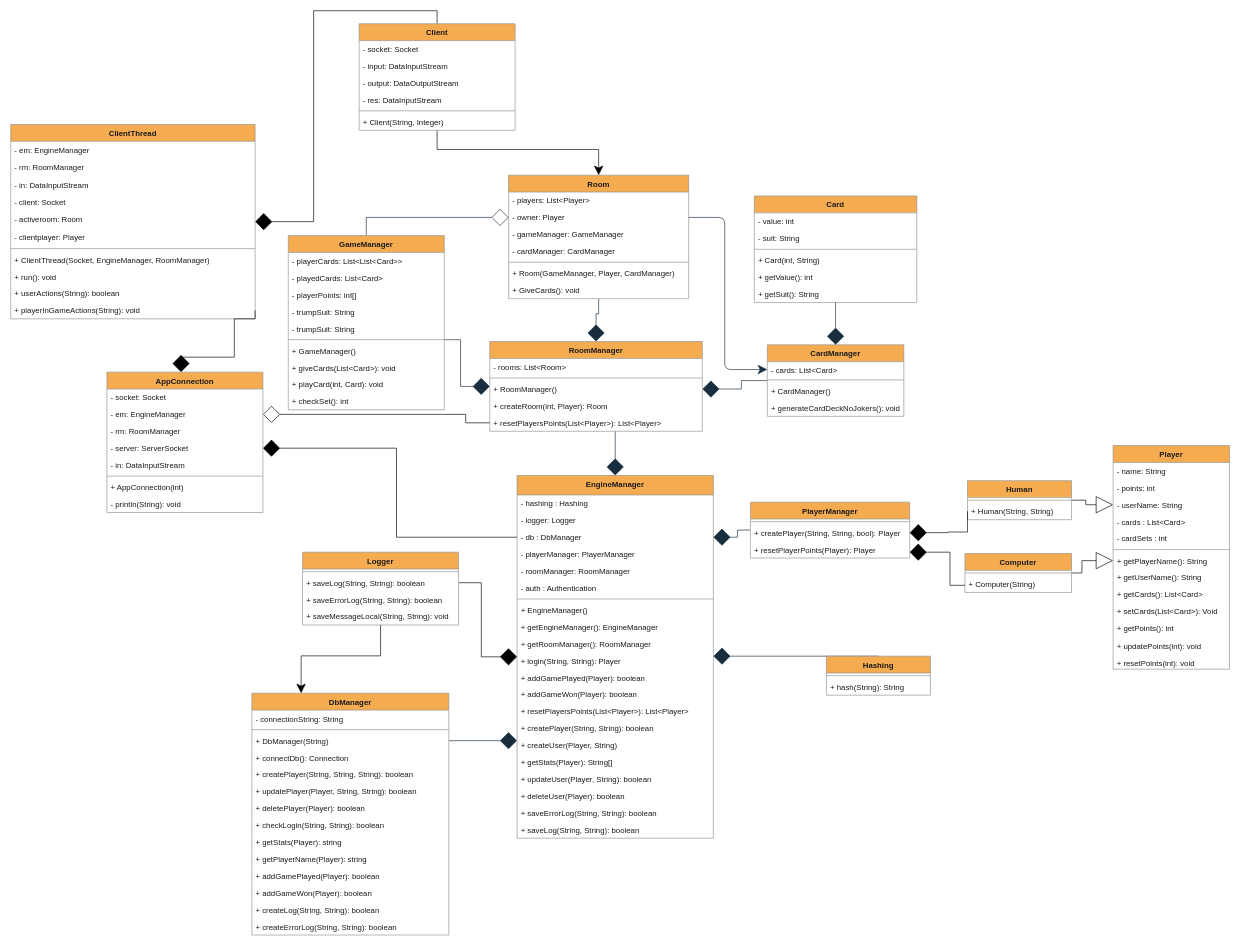
Earlier version of the draw.io diagram Diagrammer/Filer/Klasse Diagram.drawio (Olivervesth/KortKlubben). Source tidied: cells renumbered, new cells numbered last; positions are measured from the earlier drawing's top-left corner, leaving out a move shared by most shapes. Both pictures are drawn from the tidied source at 65%, with x=0, y=0 at pixel (10, 23).
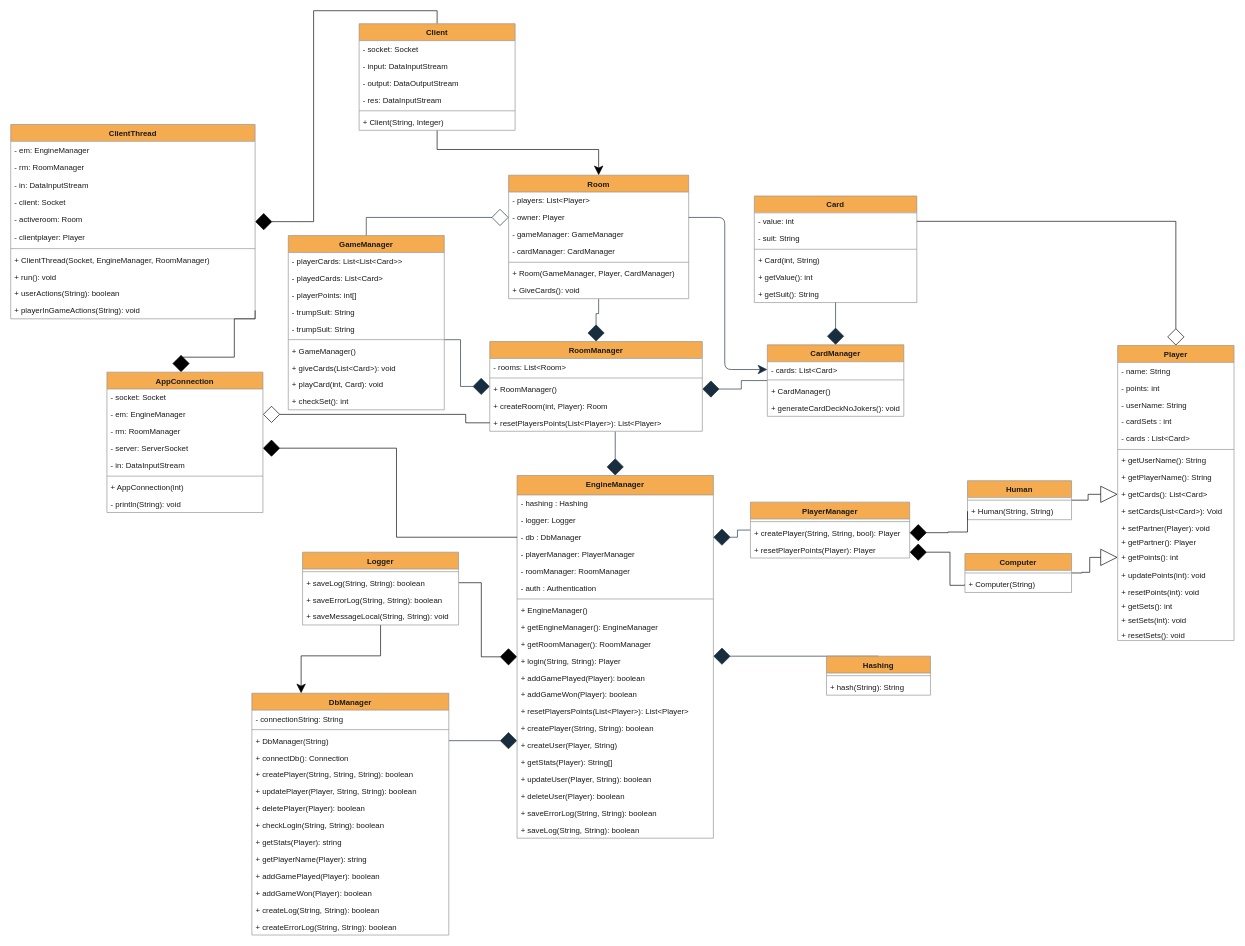
After the change.

The change refers to these unchanged cells:
```xml
<mxCell id="12" value="- value: int" style="text;strokeColor=none;fillColor=none;align=left;verticalAlign=top;spacingLeft=4;spacingRight=4;overflow=hidden;points=[[0,0.5],[1,0.5]];portConstraint=eastwest;fontColor=#1A1A1A;rounded=0;swimlaneFillColor=default;" parent="11" vertex="1">
  <mxGeometry y="26" width="250" height="26" as="geometry" />
</mxCell>
<mxCell id="64" value="Human" style="swimlane;fontStyle=1;align=center;verticalAlign=top;horizontal=1;startSize=26;fillColor=#F5AB50;strokeColor=#909090;fontColor=#1A1A1A;rounded=0;swimlaneFillColor=default;" parent="1" vertex="1">
  <mxGeometry x="1472" y="703" width="160" height="60" as="geometry" />
</mxCell>
<mxCell id="86" value="Computer" style="swimlane;fontStyle=1;align=center;verticalAlign=top;horizontal=1;startSize=26;fillColor=#F5AB50;strokeColor=#909090;fontColor=#1A1A1A;rounded=0;swimlaneFillColor=default;" parent="1" vertex="1">
  <mxGeometry x="1468" y="815" width="164" height="60" as="geometry" />
</mxCell>
<mxCell id="105" value="- userName: String" style="text;strokeColor=none;fillColor=none;align=left;verticalAlign=top;spacingLeft=4;spacingRight=4;overflow=hidden;points=[[0,0.5],[1,0.5]];portConstraint=eastwest;fontColor=#1A1A1A;rounded=0;" parent="102" vertex="1">
  <mxGeometry y="78" width="179" height="26" as="geometry" />
</mxCell>
<mxCell id="111" value="+ getCards(): List&lt;Card&gt;" style="text;strokeColor=none;fillColor=none;align=left;verticalAlign=top;spacingLeft=4;spacingRight=4;overflow=hidden;points=[[0,0.5],[1,0.5]];portConstraint=eastwest;fontColor=#1A1A1A;rounded=0;" parent="102" vertex="1">
  <mxGeometry y="216" width="179" height="26" as="geometry" />
</mxCell>
```

The edit, as a diff of the source:
```diff
@@
-    <mxCell id="63" style="edgeStyle=orthogonalEdgeStyle;rounded=0;jettySize=auto;html=1;entryX=0;entryY=0.5;entryDx=0;entryDy=0;startArrow=none;startFill=0;endArrow=block;endFill=0;startSize=24;endSize=24;exitX=1;exitY=0.5;exitDx=0;exitDy=0;" parent="1" edge="1" source="64" target="105">
+    <mxCell id="63" style="edgeStyle=orthogonalEdgeStyle;rounded=0;jettySize=auto;html=1;entryX=0;entryY=0.5;entryDx=0;entryDy=0;startArrow=none;startFill=0;endArrow=block;endFill=0;startSize=24;endSize=24;exitX=1;exitY=0.5;exitDx=0;exitDy=0;" parent="1" edge="1" source="64" target="111">
       <mxGeometry relative="1" as="geometry" />
     </mxCell>
@@
-    <mxCell id="85" style="edgeStyle=orthogonalEdgeStyle;rounded=0;jettySize=auto;html=1;entryX=0;entryY=0.5;entryDx=0;entryDy=0;startArrow=none;startFill=0;endArrow=block;endFill=0;startSize=24;endSize=24;" parent="1" edge="1" source="86" target="109">
+    <mxCell id="85" style="edgeStyle=orthogonalEdgeStyle;rounded=0;jettySize=auto;html=1;entryX=0;entryY=0.5;entryDx=0;entryDy=0;startArrow=none;startFill=0;endArrow=block;endFill=0;startSize=24;endSize=24;" parent="1" edge="1" source="86" target="113">
       <mxGeometry relative="1" as="geometry">
         <Array as="points">
           <mxPoint x="1648" y="845" />
-          <mxPoint x="1648" y="826" />
+          <mxPoint x="1648" y="844" />
+          <mxPoint x="1660" y="844" />
+          <mxPoint x="1660" y="821" />
         </Array>
       </mxGeometry>
     </mxCell>
@@
+    <mxCell id="157" style="edgeStyle=orthogonalEdgeStyle;rounded=0;jettySize=auto;html=1;entryX=1;entryY=0.5;entryDx=0;entryDy=0;endArrow=none;endFill=0;startSize=24;endSize=12;startArrow=diamond;startFill=0;" parent="1" edge="1" source="102" target="12">
+      <mxGeometry relative="1" as="geometry" />
+    </mxCell>
     <mxCell id="102" value="Player" style="swimlane;fontStyle=1;align=center;verticalAlign=top;horizontal=1;startSize=26;fillColor=#F5AB50;strokeColor=#909090;fontColor=#1A1A1A;rounded=0;swimlaneFillColor=default;" parent="1" vertex="1">
-      <mxGeometry x="1696" y="649" width="179" height="344" as="geometry" />
+      <mxGeometry x="1703" y="495" width="179" height="454" as="geometry" />
     </mxCell>
@@
+    <mxCell id="107" value="- cardSets : int" style="text;strokeColor=none;fillColor=none;align=left;verticalAlign=top;spacingLeft=4;spacingRight=4;overflow=hidden;fontColor=#1A1A1A;rounded=0;" parent="102" vertex="1">
+      <mxGeometry y="104" width="179" height="26" as="geometry" />
+    </mxCell>
     <mxCell id="106" value="- cards : List&lt;Card&gt;" style="text;strokeColor=none;fillColor=none;align=left;verticalAlign=top;spacingLeft=4;spacingRight=4;overflow=hidden;fontColor=#1A1A1A;rounded=0;" parent="102" vertex="1">
-      <mxGeometry y="104" width="179" height="26" as="geometry" />
+      <mxGeometry y="130" width="179" height="26" as="geometry" />
     </mxCell>
-    <mxCell id="107" value="- cardSets : int" style="text;strokeColor=none;fillColor=none;align=left;verticalAlign=top;spacingLeft=4;spacingRight=4;overflow=hidden;fontColor=#1A1A1A;rounded=0;" parent="102" vertex="1">
-      <mxGeometry y="130" width="179" height="26" as="geometry" />
-    </mxCell>
@@
+    <mxCell id="110" value="+ getUserName(): String" style="text;strokeColor=none;fillColor=none;align=left;verticalAlign=top;spacingLeft=4;spacingRight=4;overflow=hidden;fontColor=#1A1A1A;rounded=0;" parent="102" vertex="1">
+      <mxGeometry y="164" width="179" height="26" as="geometry" />
+    </mxCell>
     <mxCell id="109" value="+ getPlayerName(): String" style="text;strokeColor=none;fillColor=none;align=left;verticalAlign=top;spacingLeft=4;spacingRight=4;overflow=hidden;points=[[0,0.5],[1,0.5]];portConstraint=eastwest;fontColor=#1A1A1A;rounded=0;" parent="102" vertex="1">
-      <mxGeometry y="164" width="179" height="26" as="geometry" />
+      <mxGeometry y="190" width="179" height="26" as="geometry" />
     </mxCell>
-    <mxCell id="110" value="+ getUserName(): String" style="text;strokeColor=none;fillColor=none;align=left;verticalAlign=top;spacingLeft=4;spacingRight=4;overflow=hidden;fontColor=#1A1A1A;rounded=0;" parent="102" vertex="1">
-      <mxGeometry y="190" width="179" height="26" as="geometry" />
-    </mxCell>
@@
+    <mxCell id="158" value="+ setPartner(Player): void" style="text;strokeColor=none;fillColor=none;align=left;verticalAlign=top;spacingLeft=4;spacingRight=4;overflow=hidden;fontColor=#1A1A1A;rounded=0;" parent="102" vertex="1">
+      <mxGeometry y="268" width="179" height="22" as="geometry" />
+    </mxCell>
+    <mxCell id="159" value="+ getPartner(): Player" style="text;strokeColor=none;fillColor=none;align=left;verticalAlign=top;spacingLeft=4;spacingRight=4;overflow=hidden;fontColor=#1A1A1A;rounded=0;" parent="102" vertex="1">
+      <mxGeometry y="290" width="179" height="22" as="geometry" />
+    </mxCell>
     <mxCell id="113" value="+ getPoints(): int" style="text;strokeColor=none;fillColor=none;align=left;verticalAlign=top;spacingLeft=4;spacingRight=4;overflow=hidden;points=[[0,0.5],[1,0.5]];portConstraint=eastwest;fontColor=#1A1A1A;rounded=0;" parent="102" vertex="1">
-      <mxGeometry y="268" width="179" height="28" as="geometry" />
+      <mxGeometry y="312" width="179" height="28" as="geometry" />
     </mxCell>
     <mxCell id="114" value="+ updatePoints(int): void" style="text;strokeColor=none;fillColor=none;align=left;verticalAlign=top;spacingLeft=4;spacingRight=4;overflow=hidden;fontColor=#1A1A1A;rounded=0;" parent="102" vertex="1">
-      <mxGeometry y="296" width="179" height="26" as="geometry" />
+      <mxGeometry y="340" width="179" height="26" as="geometry" />
     </mxCell>
     <mxCell id="115" value="+ resetPoints(int): void" style="text;strokeColor=none;fillColor=none;align=left;verticalAlign=top;spacingLeft=4;spacingRight=4;overflow=hidden;fontColor=#1A1A1A;rounded=0;" parent="102" vertex="1">
-      <mxGeometry y="322" width="179" height="22" as="geometry" />
+      <mxGeometry y="366" width="179" height="22" as="geometry" />
     </mxCell>
+    <mxCell id="160" value="+ getSets(): int" style="text;strokeColor=none;fillColor=none;align=left;verticalAlign=top;spacingLeft=4;spacingRight=4;overflow=hidden;fontColor=#1A1A1A;rounded=0;" parent="102" vertex="1">
+      <mxGeometry y="388" width="179" height="22" as="geometry" />
+    </mxCell>
+    <mxCell id="161" value="+ setSets(int): void" style="text;strokeColor=none;fillColor=none;align=left;verticalAlign=top;spacingLeft=4;spacingRight=4;overflow=hidden;fontColor=#1A1A1A;rounded=0;" parent="102" vertex="1">
+      <mxGeometry y="410" width="179" height="22" as="geometry" />
+    </mxCell>
+    <mxCell id="162" value="+ resetSets(): void" style="text;strokeColor=none;fillColor=none;align=left;verticalAlign=top;spacingLeft=4;spacingRight=4;overflow=hidden;fontColor=#1A1A1A;rounded=0;" parent="102" vertex="1">
+      <mxGeometry y="432" width="179" height="22" as="geometry" />
+    </mxCell>
```
